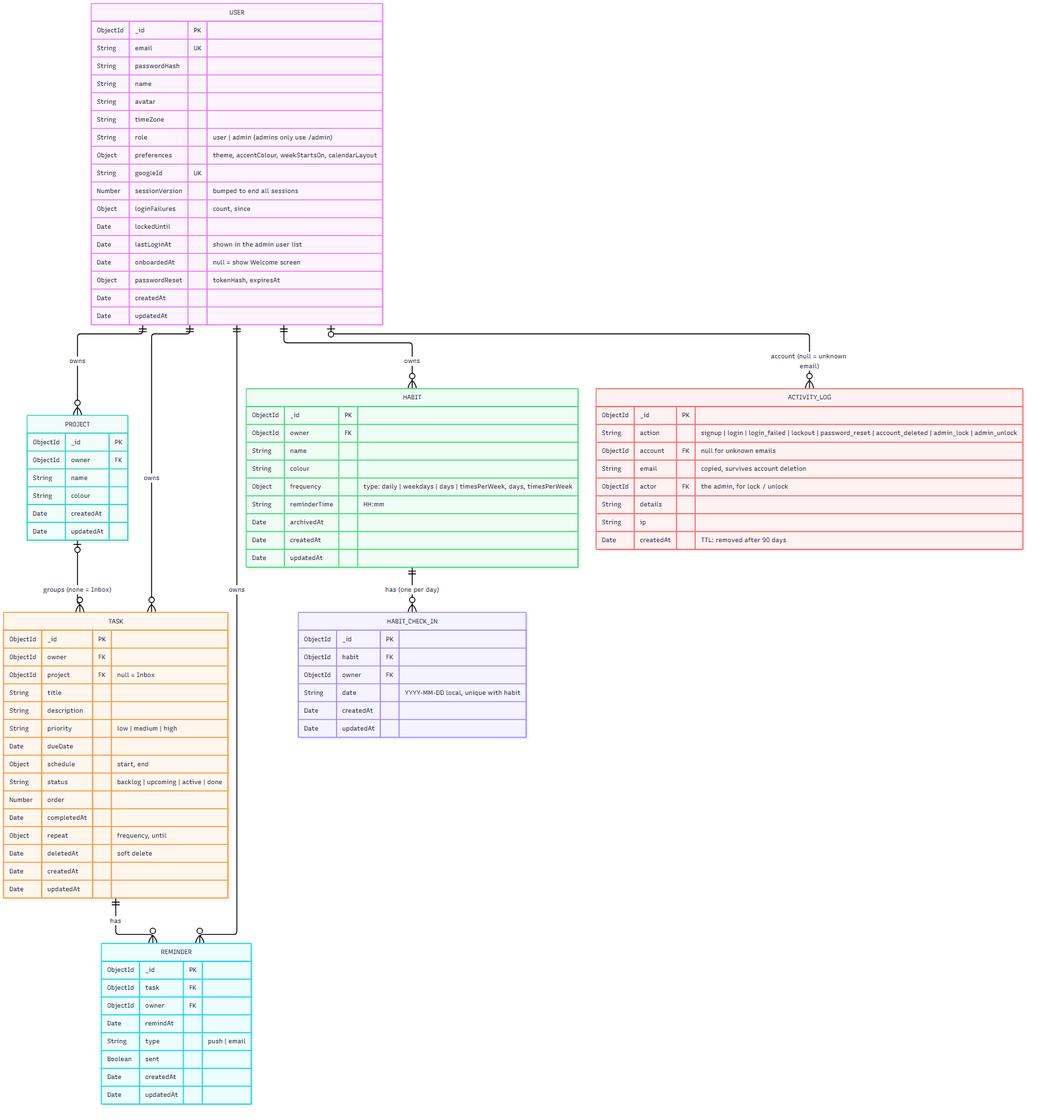
Before: docs/erd.png, a diagram exported from Mermaid (khang-ngo4444/VCD_Agendal). Its source is kept beside it as docs/erd.mmd.
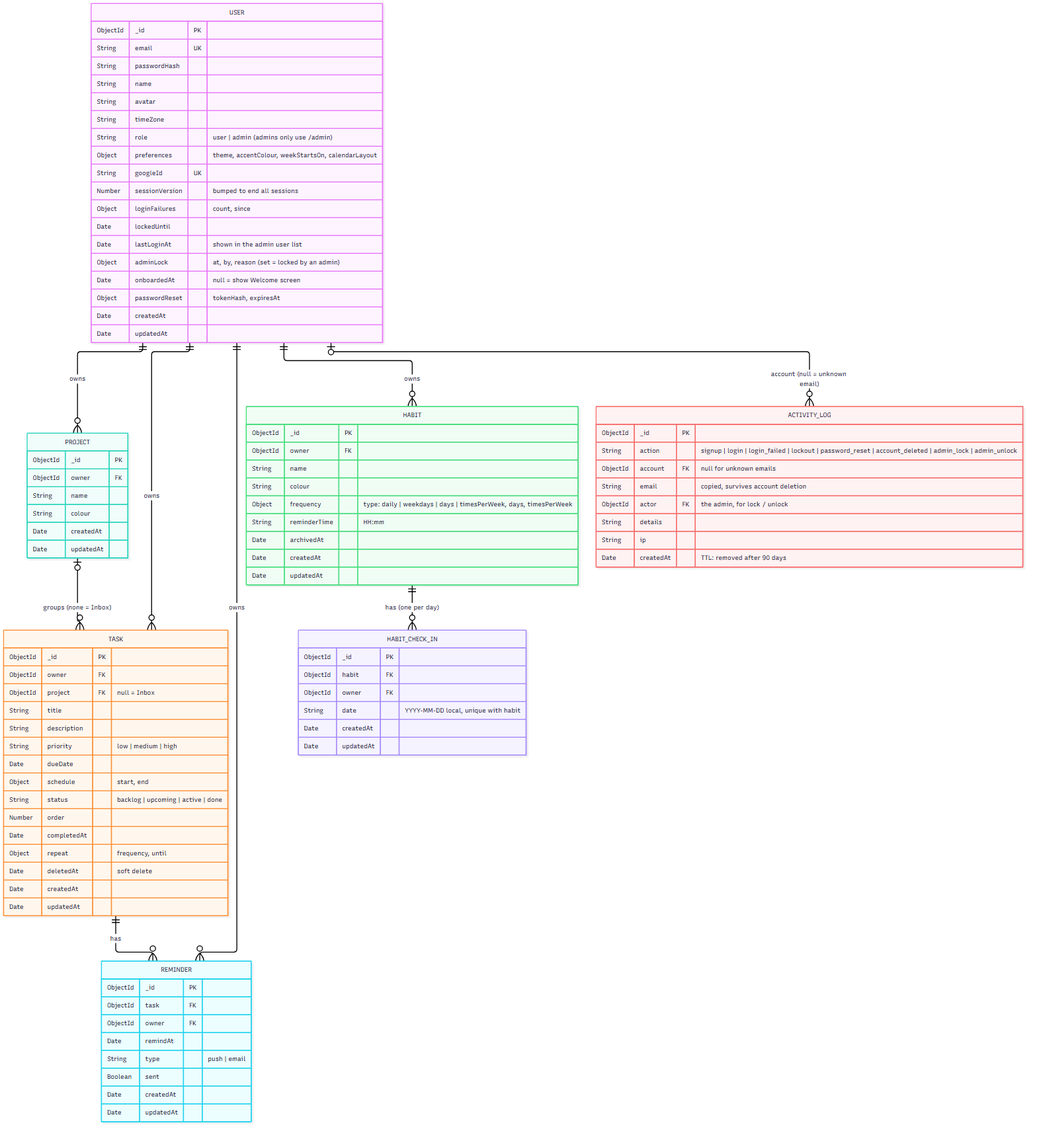
The same file after the commit.

What changed in the source:
```diff
@@ -22,6 +22,7 @@
         Object loginFailures "count, since"
         Date lockedUntil
         Date lastLoginAt "shown in the admin user list"
+        Object adminLock "at, by, reason (set = locked by an admin)"
         Date onboardedAt "null = show Welcome screen"
         Object passwordReset "tokenHash, expiresAt"
         Date createdAt
```
